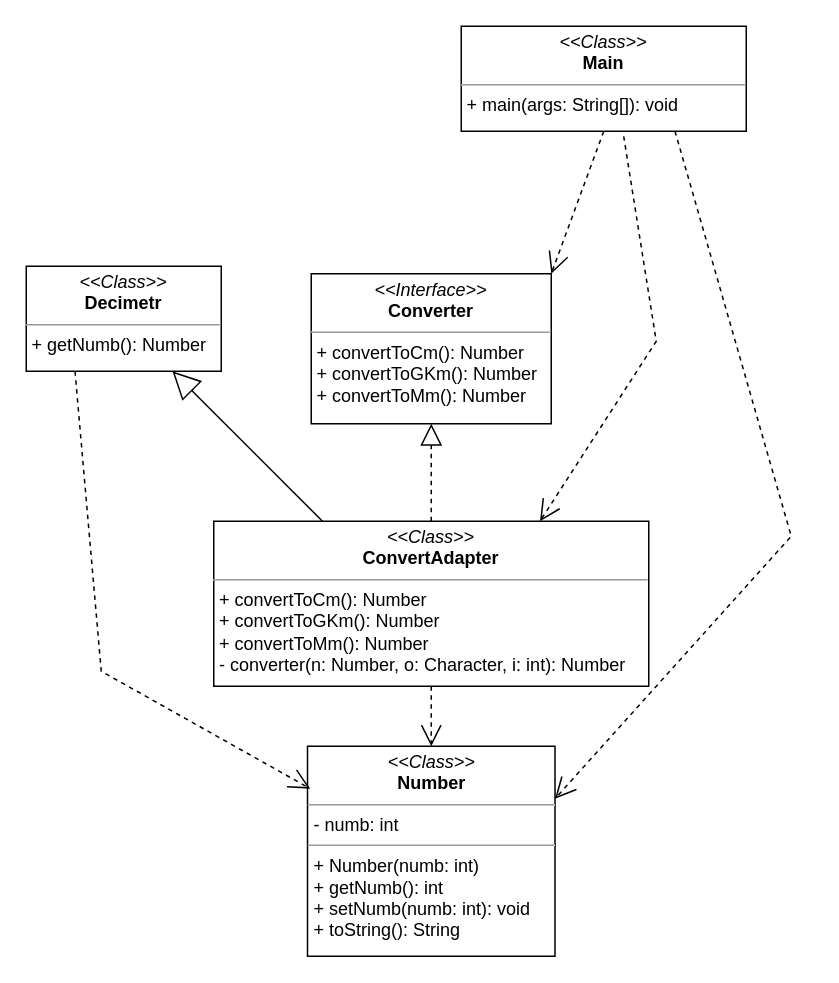
The draw.io diagram src/main/java/patterns/adapter/adapter.drawio in ransuum/RepetitionMaterial, before the edit. Source tidied: cells renumbered, new cells numbered last; positions are measured from the earlier drawing's top-left corner, leaving out a move shared by most shapes. Both pictures are drawn from the tidied source at 150%, with x=0, y=0 at pixel (26, 26).
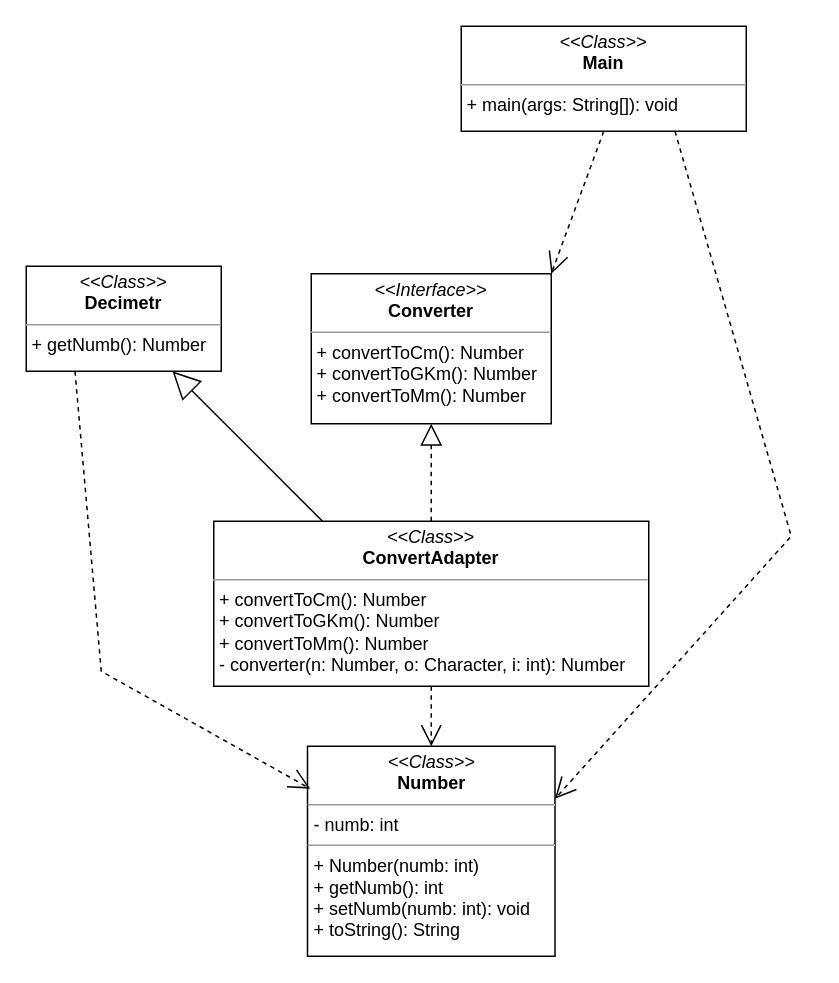
After the change.

What changed in the source:
```diff
@@
 <mxGraphModel>
   <root>
     <mxCell id="0" />
     <mxCell id="1" parent="0" />
     <mxCell id="2" value="&lt;p style=&quot;margin:0px;margin-top:4px;text-align:center;&quot;&gt;&lt;i&gt;&amp;lt;&amp;lt;Class&amp;gt;&amp;gt;&lt;/i&gt;&lt;br&gt;&lt;b&gt;Main&lt;/b&gt;&lt;/p&gt;&lt;hr size=&quot;1&quot;&gt;&lt;p style=&quot;margin:0px;margin-left:4px;&quot;&gt;+ main(args: String[]): void&lt;/p&gt;" style="verticalAlign=top;align=left;overflow=fill;fontSize=12;fontFamily=Helvetica;html=1;rounded=0;shadow=0;comic=0;labelBackgroundColor=none;strokeWidth=1;" parent="1" vertex="1">
       <mxGeometry x="290" width="190" height="70" as="geometry" />
     </mxCell>
     <mxCell id="3" value="&lt;p style=&quot;margin:0px;margin-top:4px;text-align:center;&quot;&gt;&lt;i&gt;&amp;lt;&amp;lt;Interface&amp;gt;&amp;gt;&lt;/i&gt;&lt;br&gt;&lt;b&gt;Converter&lt;/b&gt;&lt;br&gt;&lt;/p&gt;&lt;hr size=&quot;1&quot;&gt;&lt;p style=&quot;margin:0px;margin-left:4px;&quot;&gt;+ convertToCm(): Number&lt;/p&gt;&lt;p style=&quot;margin:0px;margin-left:4px;&quot;&gt;+ convertToGKm(): Number&lt;/p&gt;&lt;p style=&quot;margin:0px;margin-left:4px;&quot;&gt;+ convertToMm(): Number&lt;/p&gt;" style="verticalAlign=top;align=left;overflow=fill;fontSize=12;fontFamily=Helvetica;html=1;rounded=0;shadow=0;comic=0;labelBackgroundColor=none;strokeWidth=1;" parent="1" vertex="1">
       <mxGeometry x="190" y="165" width="160" height="100" as="geometry" />
     </mxCell>
     <mxCell id="4" value="&lt;p style=&quot;margin:0px;margin-top:4px;text-align:center;&quot;&gt;&lt;i&gt;&amp;lt;&amp;lt;Class&amp;gt;&amp;gt;&lt;/i&gt;&lt;br&gt;&lt;b&gt;ConvertAdapter&lt;/b&gt;&lt;br&gt;&lt;/p&gt;&lt;hr size=&quot;1&quot;&gt;&lt;p style=&quot;margin:0px;margin-left:4px;&quot;&gt;+ convertToCm(): Number&lt;/p&gt;&lt;p style=&quot;margin:0px;margin-left:4px;&quot;&gt;+ convertToGKm(): Number&lt;/p&gt;&lt;p style=&quot;margin:0px;margin-left:4px;&quot;&gt;+ convertToMm(): Number&lt;/p&gt;&lt;p style=&quot;margin:0px;margin-left:4px;&quot;&gt;- converter(n: Number, o: Character, i: int): Number&lt;/p&gt;" style="verticalAlign=top;align=left;overflow=fill;fontSize=12;fontFamily=Helvetica;html=1;rounded=0;shadow=0;comic=0;labelBackgroundColor=none;strokeWidth=1;" parent="1" vertex="1">
       <mxGeometry x="125" y="330" width="290" height="110" as="geometry" />
     </mxCell>
     <mxCell id="5" value="&lt;p style=&quot;margin:0px;margin-top:4px;text-align:center;&quot;&gt;&lt;i&gt;&amp;lt;&amp;lt;Class&amp;gt;&amp;gt;&lt;/i&gt;&lt;br&gt;&lt;b&gt;Decimetr&lt;/b&gt;&lt;br&gt;&lt;/p&gt;&lt;hr size=&quot;1&quot;&gt;&lt;p style=&quot;margin:0px;margin-left:4px;&quot;&gt;+ getNumb(): Number&lt;br&gt;&lt;/p&gt;" style="verticalAlign=top;align=left;overflow=fill;fontSize=12;fontFamily=Helvetica;html=1;rounded=0;shadow=0;comic=0;labelBackgroundColor=none;strokeWidth=1;" parent="1" vertex="1">
       <mxGeometry y="160" width="130" height="70" as="geometry" />
     </mxCell>
     <mxCell id="6" style="endArrow=block;dashed=1;endFill=0;endSize=12;html=1;rounded=0;entryX=0.5;entryY=1;entryDx=0;entryDy=0;exitX=0.5;exitY=0;exitDx=0;exitDy=0;" parent="1" edge="1" source="4" target="3">
       <mxGeometry relative="1" as="geometry" />
     </mxCell>
     <mxCell id="7" style="endArrow=open;endSize=12;dashed=1;html=1;rounded=0;exitX=0.5;exitY=1;exitDx=0;exitDy=0;entryX=0.5;entryY=0;entryDx=0;entryDy=0;" parent="1" edge="1" source="4" target="10">
       <mxGeometry x="0.43" y="75" relative="1" as="geometry" />
     </mxCell>
     <mxCell id="8" style="endArrow=open;endSize=12;dashed=1;html=1;rounded=0;exitX=0.5;exitY=1;exitDx=0;exitDy=0;entryX=1;entryY=0;entryDx=0;entryDy=0;" parent="1" edge="1" source="2" target="3">
       <mxGeometry relative="1" as="geometry" />
     </mxCell>
-    <mxCell id="9" style="endArrow=open;endSize=12;dashed=1;html=1;rounded=0;exitX=0.57;exitY=1.048;exitDx=0;exitDy=0;entryX=0.75;entryY=0;entryDx=0;entryDy=0;exitPerimeter=0;" parent="1" edge="1" source="2" target="4">
-      <mxGeometry relative="1" as="geometry">
-        <Array as="points">
-          <mxPoint x="420" y="210" />
-        </Array>
-      </mxGeometry>
-    </mxCell>
     <mxCell id="10" value="&lt;p style=&quot;margin:0px;margin-top:4px;text-align:center;&quot;&gt;&lt;i&gt;&amp;lt;&amp;lt;Class&amp;gt;&amp;gt;&lt;/i&gt;&lt;br&gt;&lt;b&gt;Number&lt;/b&gt;&lt;br&gt;&lt;/p&gt;&lt;hr size=&quot;1&quot;&gt;&lt;p style=&quot;margin:0px;margin-left:4px;&quot;&gt;- numb: int&lt;br&gt;&lt;/p&gt;&lt;hr size=&quot;1&quot;&gt;&lt;p style=&quot;margin:0px;margin-left:4px;&quot;&gt;+ Number(numb: int)&lt;/p&gt;&lt;p style=&quot;margin:0px;margin-left:4px;&quot;&gt;+ getNumb(): int&lt;/p&gt;&lt;p style=&quot;margin:0px;margin-left:4px;&quot;&gt;+ setNumb(numb: int): void&lt;/p&gt;&lt;p style=&quot;margin:0px;margin-left:4px;&quot;&gt;+ toString(): String&lt;/p&gt;" style="verticalAlign=top;align=left;overflow=fill;fontSize=12;fontFamily=Helvetica;html=1;rounded=0;shadow=0;comic=0;labelBackgroundColor=none;strokeWidth=1;" parent="1" vertex="1">
       <mxGeometry x="187.5" y="480" width="165" height="140" as="geometry" />
     </mxCell>
     <mxCell id="11" style="endArrow=block;endSize=16;endFill=0;html=1;rounded=0;entryX=0.75;entryY=1;entryDx=0;entryDy=0;exitX=0.25;exitY=0;exitDx=0;exitDy=0;" parent="1" edge="1" source="4" target="5">
       <mxGeometry relative="1" as="geometry" />
     </mxCell>
     <mxCell id="12" style="endArrow=open;endSize=12;dashed=1;html=1;rounded=0;exitX=0.25;exitY=1;exitDx=0;exitDy=0;entryX=0.011;entryY=0.202;entryDx=0;entryDy=0;entryPerimeter=0;" parent="1" edge="1" source="5" target="10">
       <mxGeometry x="0.43" y="75" relative="1" as="geometry">
         <Array as="points">
           <mxPoint x="50" y="430" />
         </Array>
       </mxGeometry>
     </mxCell>
     <mxCell id="13" style="endArrow=open;endSize=12;dashed=1;html=1;rounded=0;entryX=1;entryY=0.25;entryDx=0;entryDy=0;exitX=0.75;exitY=1;exitDx=0;exitDy=0;" parent="1" edge="1" source="2" target="10">
       <mxGeometry x="0.43" y="75" relative="1" as="geometry">
         <Array as="points">
           <mxPoint x="510" y="340" />
         </Array>
       </mxGeometry>
     </mxCell>
   </root>
 </mxGraphModel>
```
